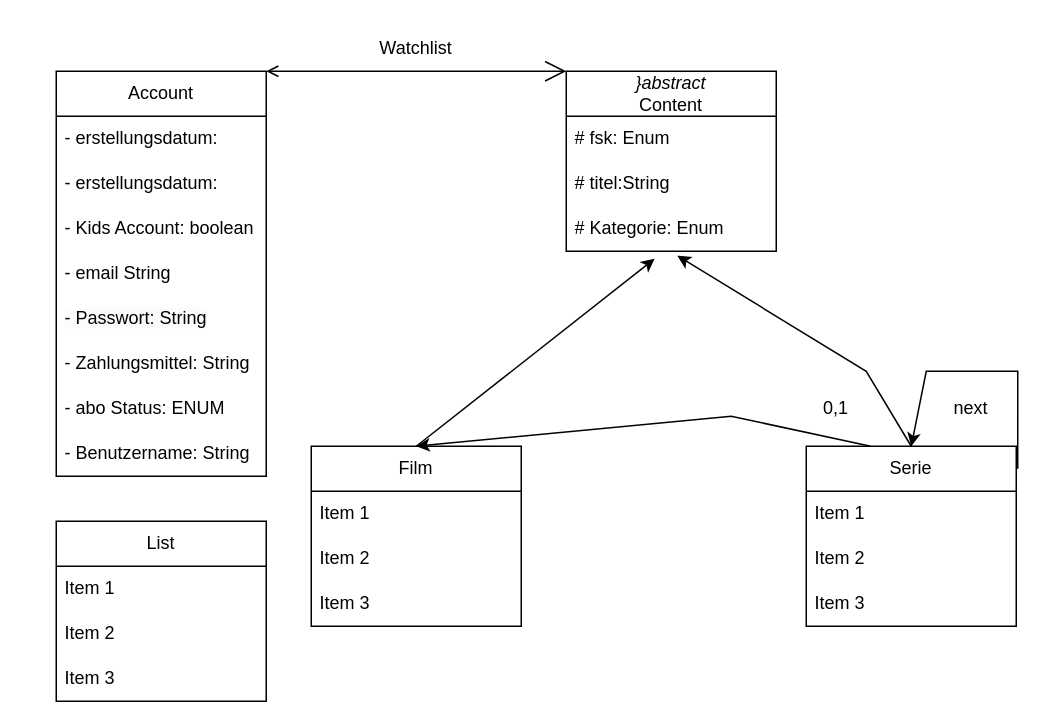
Before: Untitled Diagram.drawio in VerocityzWorld/Franick, a draw.io diagram. Source tidied: cells renumbered, new cells numbered last; positions are measured from the earlier drawing's top-left corner, leaving out a move shared by most shapes. Both pictures are drawn from the tidied source at 150%, with x=0, y=0 at pixel (56, 26).
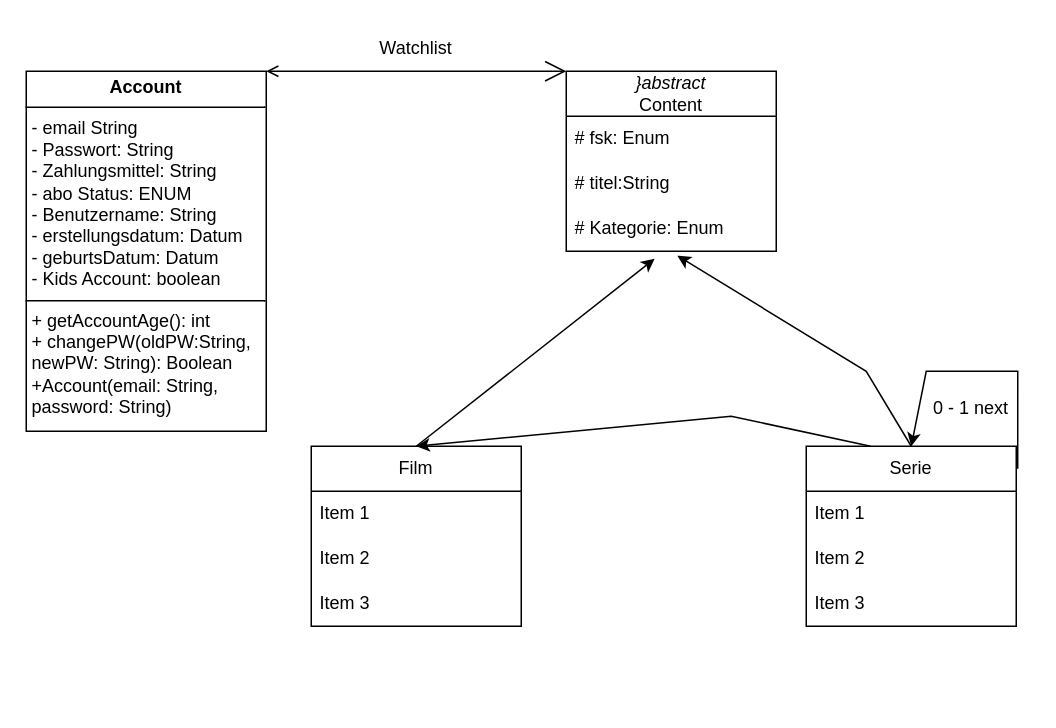
After the change.

The change refers to these unchanged cells:
```xml
<mxCell id="15" value="&lt;i&gt;}abstract&lt;/i&gt;&lt;br&gt;Content" style="swimlane;fontStyle=0;horizontal=1;startSize=30;whiteSpace=wrap;html=1;" parent="1" vertex="1">
  <mxGeometry x="340" y="30" width="140" height="120" as="geometry" />
</mxCell>
```

What changed in the source:
```diff
@@
-    <mxCell id="2" value="Account" style="swimlane;fontStyle=0;horizontal=1;startSize=30;whiteSpace=wrap;html=1;" parent="1" vertex="1">
-      <mxGeometry y="30" width="140" height="270" as="geometry" />
-    </mxCell>
-    <mxCell id="3" value="- erstellungsdatum:&amp;nbsp;" style="text;strokeColor=none;fillColor=none;align=left;verticalAlign=middle;spacingLeft=4;spacingRight=4;overflow=hidden;whiteSpace=wrap;html=1;" parent="2" vertex="1">
-      <mxGeometry y="30" width="140" height="30" as="geometry" />
-    </mxCell>
-    <mxCell id="4" value="- erstellungsdatum:" style="text;strokeColor=none;fillColor=none;align=left;verticalAlign=middle;spacingLeft=4;spacingRight=4;overflow=hidden;whiteSpace=wrap;html=1;" parent="2" vertex="1">
-      <mxGeometry y="60" width="140" height="30" as="geometry" />
-    </mxCell>
-    <mxCell id="5" value="- Kids Account: boolean" style="text;strokeColor=none;fillColor=none;align=left;verticalAlign=middle;spacingLeft=4;spacingRight=4;overflow=hidden;whiteSpace=wrap;html=1;" parent="2" vertex="1">
-      <mxGeometry y="90" width="140" height="30" as="geometry" />
-    </mxCell>
-    <mxCell id="6" value="- email String" style="text;strokeColor=none;fillColor=none;align=left;verticalAlign=middle;spacingLeft=4;spacingRight=4;overflow=hidden;whiteSpace=wrap;html=1;" parent="2" vertex="1">
-      <mxGeometry y="120" width="140" height="30" as="geometry" />
-    </mxCell>
-    <mxCell id="7" value="&lt;span style=&quot;color: rgb(0, 0, 0); font-family: Helvetica; font-size: 12px; font-style: normal; font-variant-ligatures: normal; font-variant-caps: normal; font-weight: 400; letter-spacing: normal; orphans: 2; text-align: left; text-indent: 0px; text-transform: none; widows: 2; word-spacing: 0px; -webkit-text-stroke-width: 0px; white-space: normal; background-color: rgb(251, 251, 251); text-decoration-thickness: initial; text-decoration-style: initial; text-decoration-color: initial; display: inline !important; float: none;&quot;&gt;- Passwort: String&lt;/span&gt;" style="text;strokeColor=none;fillColor=none;align=left;verticalAlign=middle;spacingLeft=4;spacingRight=4;overflow=hidden;whiteSpace=wrap;html=1;" parent="2" vertex="1">
-      <mxGeometry y="150" width="140" height="30" as="geometry" />
-    </mxCell>
-    <mxCell id="8" value="- Zahlungsmittel: String" style="text;strokeColor=none;fillColor=none;align=left;verticalAlign=middle;spacingLeft=4;spacingRight=4;overflow=hidden;whiteSpace=wrap;html=1;" parent="2" vertex="1">
-      <mxGeometry y="180" width="140" height="30" as="geometry" />
-    </mxCell>
-    <mxCell id="9" value="- abo Status: ENUM" style="text;strokeColor=none;fillColor=none;align=left;verticalAlign=middle;spacingLeft=4;spacingRight=4;overflow=hidden;whiteSpace=wrap;html=1;" parent="2" vertex="1">
-      <mxGeometry y="210" width="140" height="30" as="geometry" />
-    </mxCell>
-    <mxCell id="10" value="- Benutzername: String" style="text;strokeColor=none;fillColor=none;align=left;verticalAlign=middle;spacingLeft=4;spacingRight=4;overflow=hidden;whiteSpace=wrap;html=1;" parent="2" vertex="1">
-      <mxGeometry y="240" width="140" height="30" as="geometry" />
-    </mxCell>
@@
-    <mxCell id="26" value="next" style="text;html=1;align=center;verticalAlign=middle;whiteSpace=wrap;rounded=0;" parent="1" vertex="1">
+    <mxCell id="26" value="0 - 1 next" style="text;html=1;align=center;verticalAlign=middle;whiteSpace=wrap;rounded=0;" parent="1" vertex="1">
       <mxGeometry x="580" y="240" width="60" height="30" as="geometry" />
     </mxCell>
@@
-    <mxCell id="28" value="0,1" style="text;html=1;align=center;verticalAlign=middle;whiteSpace=wrap;rounded=0;" parent="1" vertex="1">
-      <mxGeometry x="490" y="240" width="60" height="30" as="geometry" />
-    </mxCell>
-    <mxCell id="29" value="List" style="swimlane;fontStyle=0;horizontal=1;startSize=30;whiteSpace=wrap;html=1;" parent="1" vertex="1">
-      <mxGeometry y="330" width="140" height="120" as="geometry" />
-    </mxCell>
-    <mxCell id="30" value="Item 1" style="text;strokeColor=none;fillColor=none;align=left;verticalAlign=middle;spacingLeft=4;spacingRight=4;overflow=hidden;whiteSpace=wrap;html=1;" parent="29" vertex="1">
-      <mxGeometry y="30" width="140" height="30" as="geometry" />
-    </mxCell>
-    <mxCell id="31" value="Item 2" style="text;strokeColor=none;fillColor=none;align=left;verticalAlign=middle;spacingLeft=4;spacingRight=4;overflow=hidden;whiteSpace=wrap;html=1;" parent="29" vertex="1">
-      <mxGeometry y="60" width="140" height="30" as="geometry" />
-    </mxCell>
-    <mxCell id="32" value="Item 3" style="text;strokeColor=none;fillColor=none;align=left;verticalAlign=middle;spacingLeft=4;spacingRight=4;overflow=hidden;whiteSpace=wrap;html=1;" parent="29" vertex="1">
-      <mxGeometry y="90" width="140" height="30" as="geometry" />
-    </mxCell>
-    <mxCell id="33" style="endArrow=open;endFill=0;endSize=12;html=1;rounded=0;entryX=0;entryY=0;entryDx=0;entryDy=0;startArrow=open;startFill=0;exitX=1;exitY=0;exitDx=0;exitDy=0;targetPerimeterSpacing=12;sourcePerimeterSpacing=6;" parent="1" edge="1" source="2" target="15">
-      <mxGeometry relative="1" as="geometry" />
+    <mxCell id="33" style="endArrow=open;endFill=0;endSize=12;html=1;rounded=0;entryX=0;entryY=0;entryDx=0;entryDy=0;startArrow=open;startFill=0;exitX=1;exitY=0;exitDx=0;exitDy=0;targetPerimeterSpacing=12;sourcePerimeterSpacing=6;" parent="1" edge="1" target="15">
+      <mxGeometry relative="1" as="geometry">
+        <mxPoint x="140" y="30" as="sourcePoint" />
+      </mxGeometry>
     </mxCell>
@@
+    <mxCell id="35" value="&lt;p style=&quot;margin:0px;margin-top:4px;text-align:center;&quot;&gt;&lt;b&gt;Account&lt;/b&gt;&lt;/p&gt;&lt;hr size=&quot;1&quot; style=&quot;border-style:solid;&quot;&gt;&lt;p style=&quot;margin:0px;margin-left:4px;&quot;&gt;- email String&lt;br&gt;&lt;/p&gt;&lt;p style=&quot;margin:0px;margin-left:4px;&quot;&gt;- Passwort: String&lt;br&gt;&lt;/p&gt;&lt;p style=&quot;margin:0px;margin-left:4px;&quot;&gt;- Zahlungsmittel: String&lt;br&gt;&lt;/p&gt;&lt;p style=&quot;margin:0px;margin-left:4px;&quot;&gt;- abo Status: ENUM&lt;br&gt;&lt;/p&gt;&lt;p style=&quot;margin:0px;margin-left:4px;&quot;&gt;- Benutzername: String&lt;br&gt;&lt;/p&gt;&lt;p style=&quot;margin:0px;margin-left:4px;&quot;&gt;- erstellungsdatum: Datum&lt;br&gt;&lt;/p&gt;&lt;p style=&quot;margin:0px;margin-left:4px;&quot;&gt;- geburtsDatum: Datum&lt;br&gt;&lt;/p&gt;&lt;p style=&quot;margin:0px;margin-left:4px;&quot;&gt;- Kids Account: boolean&lt;/p&gt;&lt;hr size=&quot;1&quot; style=&quot;border-style:solid;&quot;&gt;&lt;p style=&quot;margin:0px;margin-left:4px;&quot;&gt;+ getAccountAge(): int&lt;/p&gt;&lt;p style=&quot;margin:0px;margin-left:4px;&quot;&gt;+ changePW(oldPW:String, newPW: String): Boolean&lt;/p&gt;&lt;p style=&quot;margin:0px;margin-left:4px;&quot;&gt;+Account(email: String, password: String)&amp;nbsp;&lt;/p&gt;&lt;p style=&quot;margin:0px;margin-left:4px;&quot;&gt;&lt;br&gt;&lt;/p&gt;" style="verticalAlign=top;align=left;overflow=fill;html=1;whiteSpace=wrap;" parent="1" vertex="1">
+      <mxGeometry x="-20" y="30" width="160" height="240" as="geometry" />
+    </mxCell>
```
